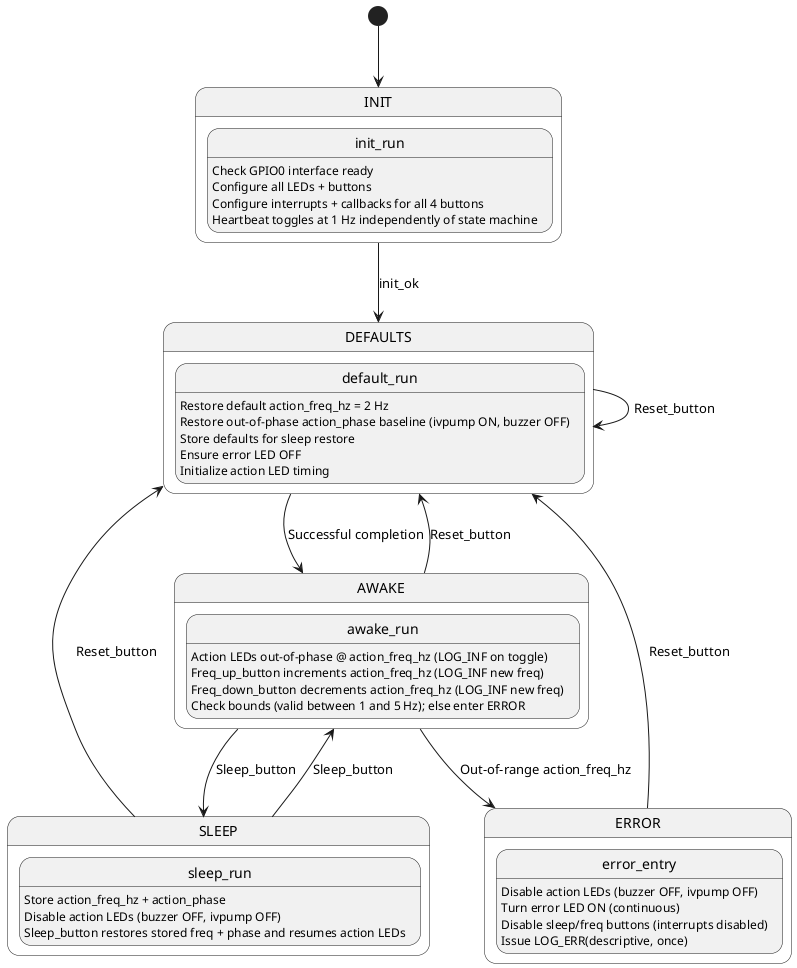
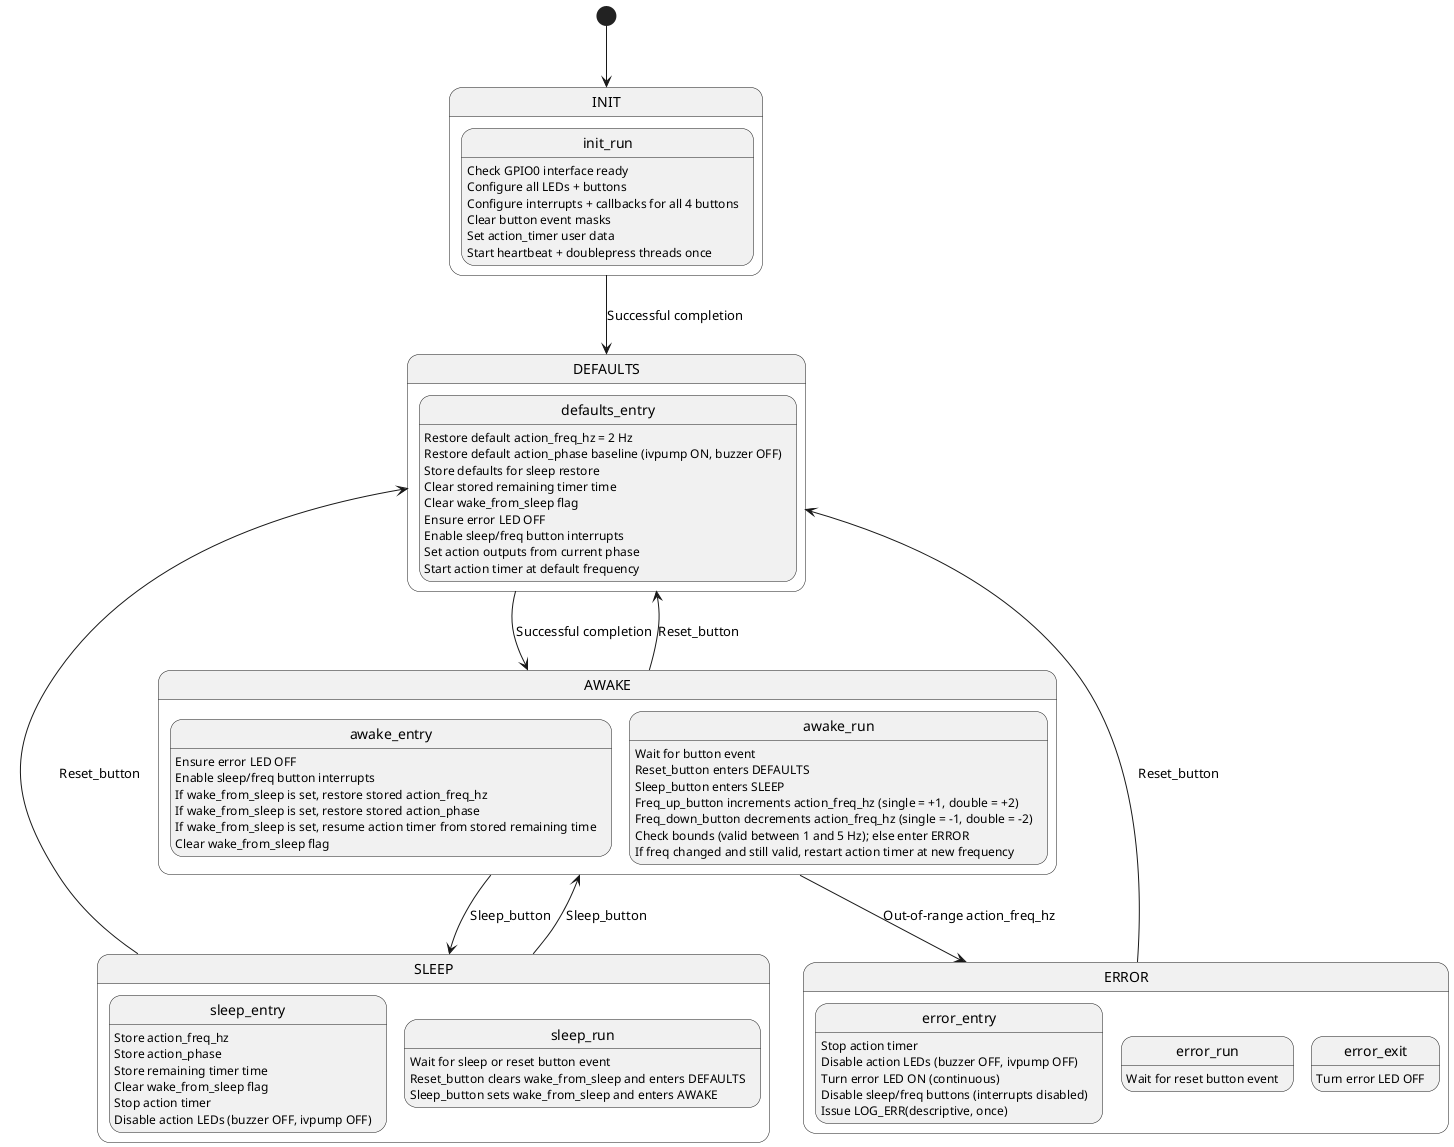
@startuml
[*] --> INIT

state INIT {
    init_run: Check GPIO0 interface ready
    init_run: Configure all LEDs + buttons
    init_run: Configure interrupts + callbacks for all 4 buttons
-     init_run: Heartbeat toggles at 1 Hz independently of state machine
+     init_run: Clear button event masks
+     init_run: Set action_timer user data
+     init_run: Start heartbeat + doublepress threads once
}

- INIT -d-> DEFAULTS : init_ok
+ INIT -d-> DEFAULTS : Successful completion

state DEFAULTS {
-     default_run: Restore default action_freq_hz = 2 Hz
-     default_run: Restore out-of-phase action_phase baseline (ivpump ON, buzzer OFF)
-     default_run: Store defaults for sleep restore
-     default_run: Ensure error LED OFF
-     default_run: Initialize action LED timing
+     defaults_entry: Restore default action_freq_hz = 2 Hz
+     defaults_entry: Restore default action_phase baseline (ivpump ON, buzzer OFF)
+     defaults_entry: Store defaults for sleep restore
+     defaults_entry: Clear stored remaining timer time
+     defaults_entry: Clear wake_from_sleep flag
+     defaults_entry: Ensure error LED OFF
+     defaults_entry: Enable sleep/freq button interrupts
+     defaults_entry: Set action outputs from current phase
+     defaults_entry: Start action timer at default frequency
}

DEFAULTS --> AWAKE : Successful completion
- DEFAULTS --> DEFAULTS : Reset_button

state AWAKE {
-     awake_run: Action LEDs out-of-phase @ action_freq_hz (LOG_INF on toggle)
-     awake_run: Freq_up_button increments action_freq_hz (LOG_INF new freq)
-     awake_run: Freq_down_button decrements action_freq_hz (LOG_INF new freq)
+     awake_entry: Ensure error LED OFF
+     awake_entry: Enable sleep/freq button interrupts
+     awake_entry: If wake_from_sleep is set, restore stored action_freq_hz
+     awake_entry: If wake_from_sleep is set, restore stored action_phase
+     awake_entry: If wake_from_sleep is set, resume action timer from stored remaining time
+     awake_entry: Clear wake_from_sleep flag
+     awake_run: Wait for button event
+     awake_run: Reset_button enters DEFAULTS
+     awake_run: Sleep_button enters SLEEP
+     awake_run: Freq_up_button increments action_freq_hz (single = +1, double = +2)
+     awake_run: Freq_down_button decrements action_freq_hz (single = -1, double = -2)
    awake_run: Check bounds (valid between 1 and 5 Hz); else enter ERROR
+     awake_run: If freq changed and still valid, restart action timer at new frequency
}

+ AWAKE --> DEFAULTS : Reset_button
AWAKE --> SLEEP : Sleep_button
- AWAKE --> DEFAULTS : Reset_button
AWAKE --> ERROR : Out-of-range action_freq_hz

state SLEEP {
-     sleep_run: Store action_freq_hz + action_phase
-     sleep_run: Disable action LEDs (buzzer OFF, ivpump OFF)
-     sleep_run: Sleep_button restores stored freq + phase and resumes action LEDs
+     sleep_entry: Store action_freq_hz
+     sleep_entry: Store action_phase
+     sleep_entry: Store remaining timer time
+     sleep_entry: Clear wake_from_sleep flag
+     sleep_entry: Stop action timer
+     sleep_entry: Disable action LEDs (buzzer OFF, ivpump OFF)
+     sleep_run: Wait for sleep or reset button event
+     sleep_run: Reset_button clears wake_from_sleep and enters DEFAULTS
+     sleep_run: Sleep_button sets wake_from_sleep and enters AWAKE
}

+ SLEEP --> DEFAULTS : Reset_button
SLEEP --> AWAKE : Sleep_button
- SLEEP --> DEFAULTS : Reset_button

state ERROR {
+     error_entry: Stop action timer
    error_entry: Disable action LEDs (buzzer OFF, ivpump OFF)
    error_entry: Turn error LED ON (continuous)
    error_entry: Disable sleep/freq buttons (interrupts disabled)
    error_entry: Issue LOG_ERR(descriptive, once)
+     error_run: Wait for reset button event
+     error_exit: Turn error LED OFF
}

ERROR --> DEFAULTS : Reset_button
@enduml